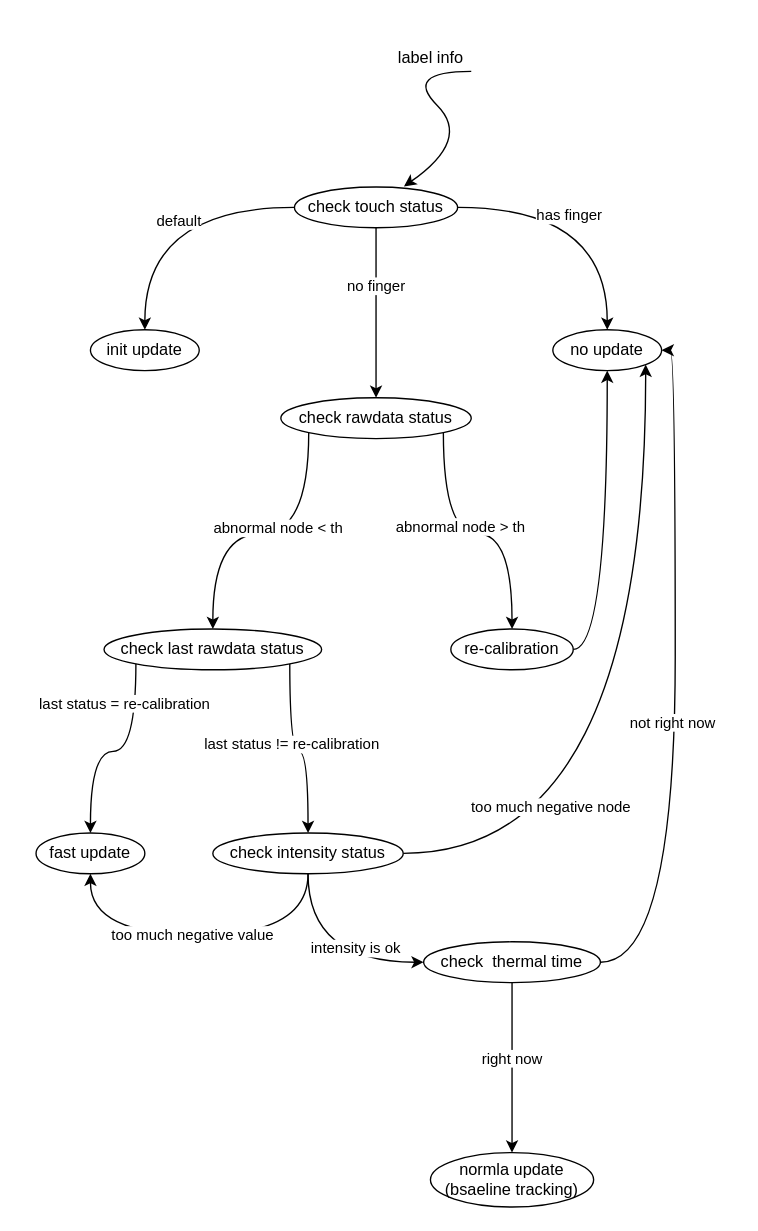
This is page "第 3 页 的副本" (4 of 4) of baseline.drawio from kritoZhang/flowchart, a draw.io file, before an edit. Source tidied: cells renumbered, new cells numbered last; positions are measured from the earlier drawing's top-left corner, leaving out a move shared by most shapes. Both pictures are drawn from the tidied source at 136%, with x=0, y=0 at pixel (35, 37).
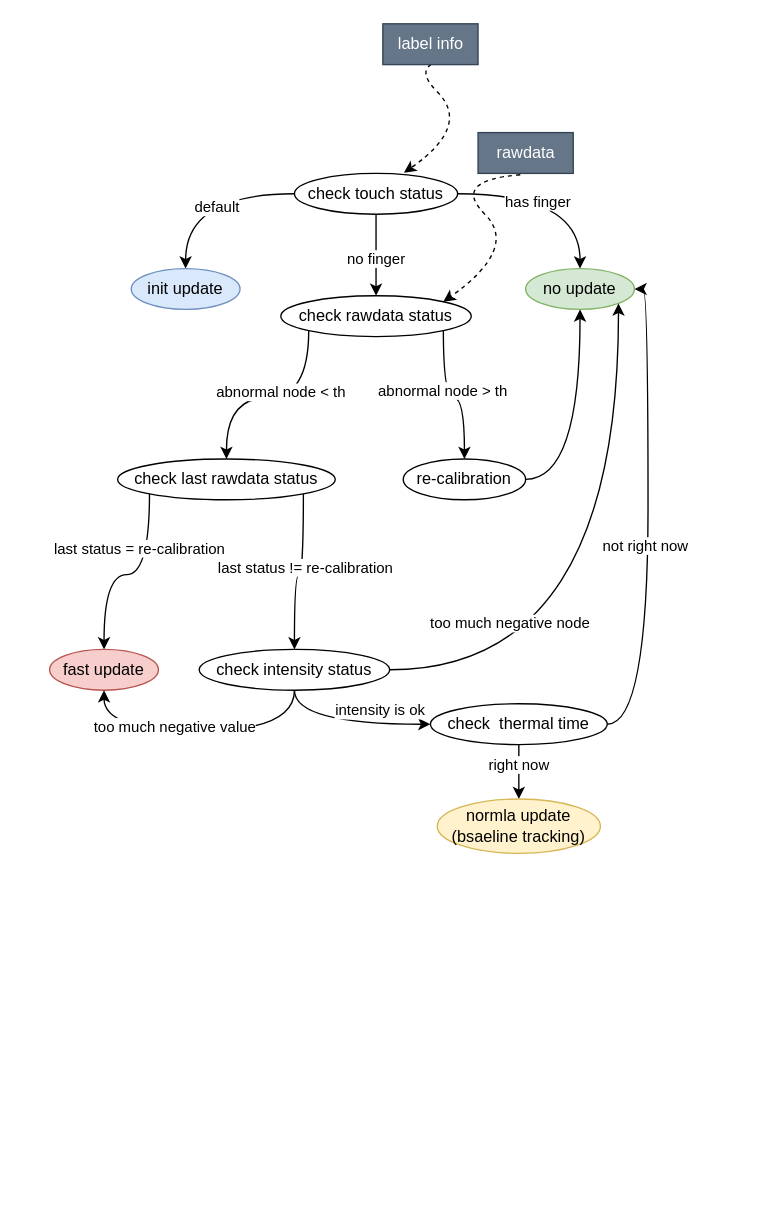
After the change.

The change refers to these unchanged cells:
```xml
<mxCell id="18" style="edgeStyle=orthogonalEdgeStyle;curved=1;html=1;exitX=0;exitY=1;exitDx=0;exitDy=0;entryX=0.5;entryY=0;entryDx=0;entryDy=0;" parent="1" edge="1" source="22" target="25">
  <mxGeometry relative="1" as="geometry" />
</mxCell>
<mxCell id="35" style="edgeStyle=orthogonalEdgeStyle;curved=1;html=1;" parent="1" edge="1" source="37" target="38">
  <mxGeometry relative="1" as="geometry" />
</mxCell>
```

What changed in the source:
```diff
@@
     <mxCell id="8" value="check touch status" style="ellipse;whiteSpace=wrap;html=1;" parent="1" vertex="1">
-      <mxGeometry x="190" y="110" width="120" height="30" as="geometry" />
+      <mxGeometry x="190" y="100" width="120" height="30" as="geometry" />
     </mxCell>
-    <mxCell id="9" style="curved=1;endArrow=classic;html=1;entryX=0.671;entryY=-0.015;entryDx=0;entryDy=0;entryPerimeter=0;" parent="1" edge="1" target="8">
+    <mxCell id="9" style="curved=1;endArrow=classic;html=1;entryX=0.671;entryY=-0.015;entryDx=0;entryDy=0;entryPerimeter=0;dashed=1;" parent="1" edge="1" target="8">
       <mxGeometry relative="1" as="geometry">
-        <mxPoint x="320" y="25" as="sourcePoint" />
+        <mxPoint x="320" y="15" as="sourcePoint" />
         <Array as="points">
-          <mxPoint x="270" y="25" />
-          <mxPoint x="320" y="75" />
+          <mxPoint x="270" y="15" />
+          <mxPoint x="320" y="65" />
         </Array>
       </mxGeometry>
     </mxCell>
-    <mxCell id="10" value="label info" style="text;html=1;align=center;verticalAlign=middle;strokeColor=none;fillColor=none;" parent="1" vertex="1">
-      <mxGeometry x="255" width="70" height="30" as="geometry" />
+    <mxCell id="10" value="label info" style="text;html=1;align=center;verticalAlign=middle;fillColor=#647687;strokeColor=#314354;fontColor=#ffffff;" parent="1" vertex="1">
+      <mxGeometry x="255" y="-10" width="70" height="30" as="geometry" />
     </mxCell>
-    <mxCell id="11" value="init update" style="ellipse;whiteSpace=wrap;html=1;" parent="1" vertex="1">
-      <mxGeometry x="40" y="215" width="80" height="30" as="geometry" />
+    <mxCell id="11" value="init update" style="ellipse;whiteSpace=wrap;html=1;fillColor=#dae8fc;strokeColor=#6c8ebf;" parent="1" vertex="1">
+      <mxGeometry x="70" y="170" width="80" height="30" as="geometry" />
     </mxCell>
@@
     <mxCell id="16" value="check rawdata status" style="ellipse;whiteSpace=wrap;html=1;" parent="1" vertex="1">
-      <mxGeometry x="180" y="265" width="140" height="30" as="geometry" />
+      <mxGeometry x="180" y="190" width="140" height="30" as="geometry" />
     </mxCell>
-    <mxCell id="17" value="no update" style="ellipse;whiteSpace=wrap;html=1;" parent="1" vertex="1">
-      <mxGeometry x="380" y="215" width="80" height="30" as="geometry" />
+    <mxCell id="17" value="no update" style="ellipse;whiteSpace=wrap;html=1;fillColor=#d5e8d4;strokeColor=#82b366;" parent="1" vertex="1">
+      <mxGeometry x="360" y="170" width="80" height="30" as="geometry" />
     </mxCell>
@@
     <mxCell id="19" value="last status = re-calibration" style="edgeLabel;html=1;align=center;verticalAlign=middle;" parent="18" vertex="1">
       <mxGeometry x="-0.48" y="-9" width="150" height="30" relative="1" as="geometry">
-        <mxPoint x="-74" y="-27" as="offset" />
+        <mxPoint x="-73" y="-13" as="offset" />
       </mxGeometry>
     </mxCell>
@@
     <mxCell id="22" value="check last rawdata status" style="ellipse;whiteSpace=wrap;html=1;" parent="1" vertex="1">
-      <mxGeometry x="50" y="435" width="160" height="30" as="geometry" />
+      <mxGeometry x="60" y="310" width="160" height="30" as="geometry" />
     </mxCell>
@@
     <mxCell id="24" value="re-calibration" style="ellipse;whiteSpace=wrap;html=1;" parent="1" vertex="1">
-      <mxGeometry x="305" y="435" width="90" height="30" as="geometry" />
+      <mxGeometry x="270" y="310" width="90" height="30" as="geometry" />
     </mxCell>
-    <mxCell id="25" value="fast update" style="ellipse;whiteSpace=wrap;html=1;" parent="1" vertex="1">
-      <mxGeometry y="585" width="80" height="30" as="geometry" />
+    <mxCell id="25" value="fast update" style="ellipse;whiteSpace=wrap;html=1;fillColor=#f8cecc;strokeColor=#b85450;" parent="1" vertex="1">
+      <mxGeometry x="10" y="450" width="80" height="30" as="geometry" />
     </mxCell>
@@
-    <mxCell id="30" style="edgeStyle=orthogonalEdgeStyle;curved=1;html=1;exitX=0.5;exitY=1;exitDx=0;exitDy=0;entryX=0.5;entryY=1;entryDx=0;entryDy=0;" parent="1" edge="1" source="32" target="25">
+    <mxCell id="30" style="edgeStyle=orthogonalEdgeStyle;curved=1;rounded=0;jettySize=auto;html=1;exitX=0.5;exitY=1;exitDx=0;exitDy=0;entryX=0.5;entryY=1;entryDx=0;entryDy=0;" parent="1" edge="1" source="32" target="25">
       <mxGeometry relative="1" as="geometry">
         <Array as="points">
-          <mxPoint x="200" y="660" />
-          <mxPoint x="40" y="660" />
+          <mxPoint x="190" y="510" />
+          <mxPoint x="50" y="510" />
         </Array>
       </mxGeometry>
     </mxCell>
     <mxCell id="31" value="too much negative value" style="edgeLabel;html=1;align=center;verticalAlign=middle;" parent="30" vertex="1">
-      <mxGeometry x="0.21" y="-2" width="140" height="30" relative="1" as="geometry">
-        <mxPoint x="-49" y="-13" as="offset" />
+      <mxGeometry x="0.38" y="-4" relative="1" as="geometry">
+        <mxPoint x="19" as="offset" />
       </mxGeometry>
     </mxCell>
     <mxCell id="32" value="check intensity status" style="ellipse;whiteSpace=wrap;html=1;" parent="1" vertex="1">
-      <mxGeometry x="130" y="585" width="140" height="30" as="geometry" />
+      <mxGeometry x="120" y="450" width="140" height="30" as="geometry" />
     </mxCell>
@@
     <mxCell id="36" value="right now" style="edgeLabel;html=1;align=center;verticalAlign=middle;" parent="35" vertex="1">
       <mxGeometry x="-0.28" width="70" height="30" relative="1" as="geometry">
-        <mxPoint x="-35" y="-4" as="offset" />
+        <mxPoint x="-35" y="-14" as="offset" />
       </mxGeometry>
     </mxCell>
     <mxCell id="37" value="check&amp;nbsp; thermal time" style="ellipse;whiteSpace=wrap;html=1;" parent="1" vertex="1">
-      <mxGeometry x="285" y="665" width="130" height="30" as="geometry" />
+      <mxGeometry x="290" y="490" width="130" height="30" as="geometry" />
     </mxCell>
-    <mxCell id="38" value="normla update&lt;br&gt;(bsaeline tracking)" style="ellipse;whiteSpace=wrap;html=1;" parent="1" vertex="1">
-      <mxGeometry x="290" y="820" width="120" height="40" as="geometry" />
+    <mxCell id="38" value="normla update&lt;br&gt;(bsaeline tracking)" style="ellipse;whiteSpace=wrap;html=1;fillColor=#fff2cc;strokeColor=#d6b656;" parent="1" vertex="1">
+      <mxGeometry x="295" y="560" width="120" height="40" as="geometry" />
     </mxCell>
+    <mxCell id="39" style="curved=1;endArrow=classic;html=1;entryX=1;entryY=0;entryDx=0;entryDy=0;dashed=1;exitX=0.444;exitY=1.034;exitDx=0;exitDy=0;exitPerimeter=0;" parent="1" edge="1" source="40" target="16">
+      <mxGeometry relative="1" as="geometry">
+        <Array as="points">
+          <mxPoint x="305" y="105" />
+          <mxPoint x="355" y="155" />
+        </Array>
+      </mxGeometry>
+    </mxCell>
+    <mxCell id="40" value="rawdata" style="text;html=1;align=center;verticalAlign=middle;points=[];fillColor=#647687;strokeColor=#314354;fontColor=#ffffff;" parent="1" vertex="1">
+      <mxGeometry x="325" y="70" width="70" height="30" as="geometry" />
+    </mxCell>
```
